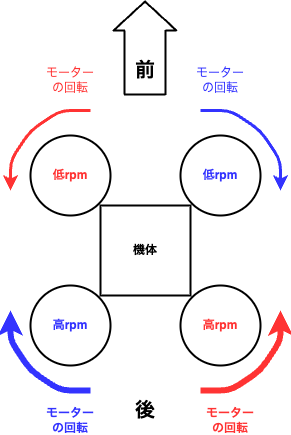
Earlier version of the draw.io export images/fig3.drawio.png (NOKOLat/2026_Multicopter_Lecture). Source tidied: cells renumbered, new cells last; positions are measured from the earlier drawing's top-left corner, leaving out a move shared by most shapes. The source it was exported from:
```xml
<mxGraphModel>
  <root>
    <mxCell id="0" />
    <mxCell id="1" parent="0" />
    <mxCell id="2" style="ellipse;whiteSpace=wrap;html=1;fillColor=#FFFFFF;strokeWidth=2;" parent="1" vertex="1">
      <mxGeometry x="20" y="135" width="80" height="80" as="geometry" />
    </mxCell>
    <mxCell id="3" style="ellipse;whiteSpace=wrap;html=1;fillColor=#FFFFFF;strokeWidth=2;" parent="1" vertex="1">
      <mxGeometry x="20" y="285" width="80" height="80" as="geometry" />
    </mxCell>
    <mxCell id="4" style="ellipse;whiteSpace=wrap;html=1;fillColor=#FFFFFF;strokeWidth=2;" parent="1" vertex="1">
      <mxGeometry x="170" y="135" width="80" height="80" as="geometry" />
    </mxCell>
    <mxCell id="5" style="ellipse;whiteSpace=wrap;html=1;fillColor=#FFFFFF;strokeWidth=2;strokeColor=#000000;" parent="1" vertex="1">
      <mxGeometry x="170" y="285" width="80" height="80" as="geometry" />
    </mxCell>
    <mxCell id="6" style="rounded=0;whiteSpace=wrap;html=1;strokeWidth=2;" parent="1" vertex="1">
      <mxGeometry x="90" y="205" width="90" height="90" as="geometry" />
    </mxCell>
    <mxCell id="7" value="機体" style="text;strokeColor=none;align=center;fillColor=none;html=1;verticalAlign=middle;whiteSpace=wrap;rounded=0;fontStyle=1;" parent="1" vertex="1">
      <mxGeometry x="105" y="235" width="60" height="30" as="geometry" />
    </mxCell>
    <mxCell id="8" style="edgeStyle=none;orthogonalLoop=1;jettySize=auto;html=1;strokeWidth=3;strokeColor=#FF3333;" parent="1" edge="1">
      <mxGeometry relative="1" as="geometry">
        <mxPoint x="80" y="110" as="sourcePoint" />
        <mxPoint y="190" as="targetPoint" />
        <Array as="points">
          <mxPoint x="50" y="110" />
          <mxPoint x="20" y="130" />
          <mxPoint y="160" />
        </Array>
      </mxGeometry>
    </mxCell>
    <mxCell id="9" style="edgeStyle=none;orthogonalLoop=1;jettySize=auto;html=1;strokeWidth=6;strokeColor=#3333FF;" parent="1" edge="1">
      <mxGeometry relative="1" as="geometry">
        <mxPoint x="80" y="390" as="sourcePoint" />
        <mxPoint y="310" as="targetPoint" />
        <Array as="points">
          <mxPoint x="50" y="390" />
          <mxPoint x="20" y="370" />
          <mxPoint y="340" />
        </Array>
      </mxGeometry>
    </mxCell>
    <mxCell id="10" style="edgeStyle=none;orthogonalLoop=1;jettySize=auto;html=1;strokeWidth=3;strokeColor=#3333FF;" parent="1" edge="1">
      <mxGeometry relative="1" as="geometry">
        <mxPoint x="190" y="110" as="sourcePoint" />
        <mxPoint x="270" y="190" as="targetPoint" />
        <Array as="points">
          <mxPoint x="220" y="110" />
          <mxPoint x="250" y="130" />
          <mxPoint x="270" y="160" />
        </Array>
      </mxGeometry>
    </mxCell>
    <mxCell id="11" style="edgeStyle=none;orthogonalLoop=1;jettySize=auto;html=1;strokeWidth=6;strokeColor=#FF3333;" parent="1" edge="1">
      <mxGeometry relative="1" as="geometry">
        <mxPoint x="190" y="390" as="sourcePoint" />
        <mxPoint x="270" y="310" as="targetPoint" />
        <Array as="points">
          <mxPoint x="220" y="390" />
          <mxPoint x="250" y="370" />
          <mxPoint x="270" y="340" />
        </Array>
      </mxGeometry>
    </mxCell>
    <mxCell id="12" value="&lt;font style=&quot;color: rgb(51, 51, 255);&quot;&gt;モーターの回転&lt;/font&gt;" style="text;strokeColor=none;align=center;fillColor=none;html=1;verticalAlign=middle;whiteSpace=wrap;rounded=0;fontColor=#FF3333;fontStyle=1;" parent="1" vertex="1">
      <mxGeometry x="30" y="405" width="60" height="30" as="geometry" />
    </mxCell>
    <mxCell id="13" value="モーターの回転" style="text;strokeColor=none;align=center;fillColor=none;html=1;verticalAlign=middle;whiteSpace=wrap;rounded=0;fontColor=#FF3333;fontStyle=1;" parent="1" vertex="1">
      <mxGeometry x="190" y="405" width="60" height="30" as="geometry" />
    </mxCell>
    <mxCell id="14" value="&lt;font color=&quot;#ff3333&quot;&gt;低rpm&lt;/font&gt;" style="text;strokeColor=none;align=center;fillColor=none;html=1;verticalAlign=middle;whiteSpace=wrap;rounded=0;fontStyle=1;" parent="1" vertex="1">
      <mxGeometry x="30" y="160" width="60" height="30" as="geometry" />
    </mxCell>
    <mxCell id="15" value="&lt;font style=&quot;color: rgb(51, 51, 255);&quot;&gt;低rpm&lt;/font&gt;" style="text;strokeColor=none;align=center;fillColor=none;html=1;verticalAlign=middle;whiteSpace=wrap;rounded=0;fontStyle=1;" parent="1" vertex="1">
      <mxGeometry x="180" y="160" width="60" height="30" as="geometry" />
    </mxCell>
    <mxCell id="16" value="&lt;font style=&quot;color: rgb(51, 51, 255);&quot;&gt;高rpm&lt;/font&gt;" style="text;strokeColor=none;align=center;fillColor=none;html=1;verticalAlign=middle;whiteSpace=wrap;rounded=0;fontStyle=1;" parent="1" vertex="1">
      <mxGeometry x="30" y="310" width="60" height="30" as="geometry" />
    </mxCell>
    <mxCell id="17" value="&lt;font style=&quot;color: rgb(255, 51, 51);&quot;&gt;高rpm&lt;/font&gt;" style="text;strokeColor=none;align=center;fillColor=none;html=1;verticalAlign=middle;whiteSpace=wrap;rounded=0;fontStyle=1;" parent="1" vertex="1">
      <mxGeometry x="180" y="310" width="60" height="30" as="geometry" />
    </mxCell>
    <mxCell id="18" value="モーターの回転" style="text;strokeColor=none;align=center;fillColor=none;html=1;verticalAlign=middle;whiteSpace=wrap;rounded=0;fontColor=#FF3333;" parent="1" vertex="1">
      <mxGeometry x="30" y="65" width="60" height="30" as="geometry" />
    </mxCell>
    <mxCell id="19" value="&lt;font style=&quot;color: rgb(51, 51, 255);&quot;&gt;モーターの回転&lt;/font&gt;" style="text;strokeColor=none;align=center;fillColor=none;html=1;verticalAlign=middle;whiteSpace=wrap;rounded=0;fontColor=#FF3333;" parent="1" vertex="1">
      <mxGeometry x="180" y="65" width="60" height="30" as="geometry" />
    </mxCell>
    <mxCell id="20" value="前" style="text;strokeColor=none;align=center;fillColor=none;html=1;verticalAlign=middle;whiteSpace=wrap;rounded=0;fontSize=20;fontStyle=1;" parent="1" vertex="1">
      <mxGeometry x="100" y="55" width="70" height="30" as="geometry" />
    </mxCell>
    <mxCell id="21" value="後" style="text;strokeColor=none;align=center;fillColor=none;html=1;verticalAlign=middle;whiteSpace=wrap;rounded=0;fontSize=20;fontStyle=1;" parent="1" vertex="1">
      <mxGeometry x="105" y="395" width="60" height="30" as="geometry" />
    </mxCell>
    <mxCell id="22" style="shape=flexArrow;endArrow=classic;html=1;startSize=9;strokeWidth=2;width=40;endSize=9;" parent="1" edge="1">
      <mxGeometry relative="1" as="geometry">
        <mxPoint x="134.5" y="95" as="sourcePoint" />
        <mxPoint x="134.5" as="targetPoint" />
      </mxGeometry>
    </mxCell>
  </root>
</mxGraphModel>
```
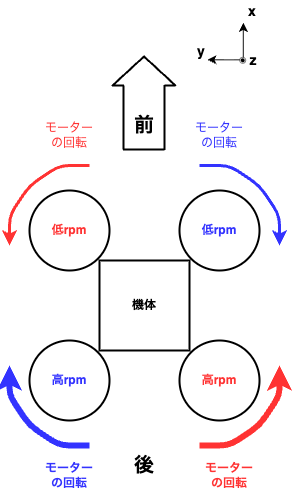
The same file after the commit.

Commit message:
前後の説明の図に、座標軸を追加

Diff of the diagram source:
```diff
@@ -100,5 +100,32 @@
         <mxPoint x="134.5" as="targetPoint" />
       </mxGeometry>
     </mxCell>
+    <mxCell id="23" style="edgeStyle=none;orthogonalLoop=1;jettySize=auto;html=1;" parent="1" edge="1">
+      <mxGeometry relative="1" as="geometry">
+        <mxPoint x="233.8" y="4.3" as="sourcePoint" />
+        <mxPoint x="233.8" y="-32.7" as="targetPoint" />
+      </mxGeometry>
+    </mxCell>
+    <mxCell id="24" style="edgeStyle=none;orthogonalLoop=1;jettySize=auto;html=1;" parent="1" edge="1">
+      <mxGeometry relative="1" as="geometry">
+        <mxPoint x="233.8" y="4.3" as="sourcePoint" />
+        <mxPoint x="198.1" y="4.3" as="targetPoint" />
+      </mxGeometry>
+    </mxCell>
+    <mxCell id="25" style="ellipse;whiteSpace=wrap;html=1;strokeWidth=0.5;" parent="1" vertex="1">
+      <mxGeometry x="230.2" y="1.8" width="6" height="6" as="geometry" />
+    </mxCell>
+    <mxCell id="26" value="&lt;font&gt;&lt;b&gt;x&lt;/b&gt;&lt;/font&gt;" style="text;strokeColor=none;align=center;fillColor=none;html=1;verticalAlign=middle;whiteSpace=wrap;rounded=0;fontSize=14;" parent="1" vertex="1">
+      <mxGeometry x="236.2" y="-55" width="13.8" height="22.3" as="geometry" />
+    </mxCell>
+    <mxCell id="27" value="&lt;b&gt;&lt;font&gt;y&lt;/font&gt;&lt;/b&gt;" style="text;strokeColor=none;align=center;fillColor=none;html=1;verticalAlign=middle;whiteSpace=wrap;rounded=0;fontSize=14;" parent="1" vertex="1">
+      <mxGeometry x="186.2" y="-10.5" width="11.9" height="12.3" as="geometry" />
+    </mxCell>
+    <mxCell id="28" style="shape=waypoint;sketch=0;fillStyle=solid;size=6;fillColor=none;perimeter=centerPerimeter;strokeWidth=0;fontSize=12;" parent="1" vertex="1">
+      <mxGeometry x="223.2" y="-5.2" width="20" height="20" as="geometry" />
+    </mxCell>
+    <mxCell id="29" value="&lt;b&gt;&lt;font&gt;z&lt;/font&gt;&lt;/b&gt;" style="text;strokeColor=none;align=center;fillColor=none;html=1;verticalAlign=middle;whiteSpace=wrap;rounded=0;fontSize=14;" parent="1" vertex="1">
+      <mxGeometry x="233.8" y="-5" width="20" height="19.8" as="geometry" />
+    </mxCell>
   </root>
 </mxGraphModel>
```
